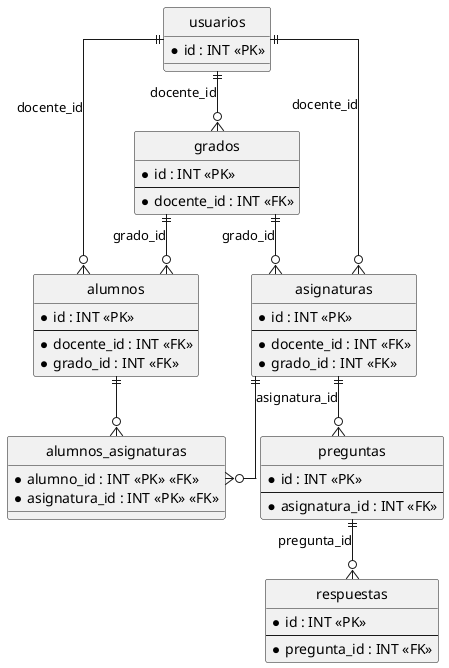
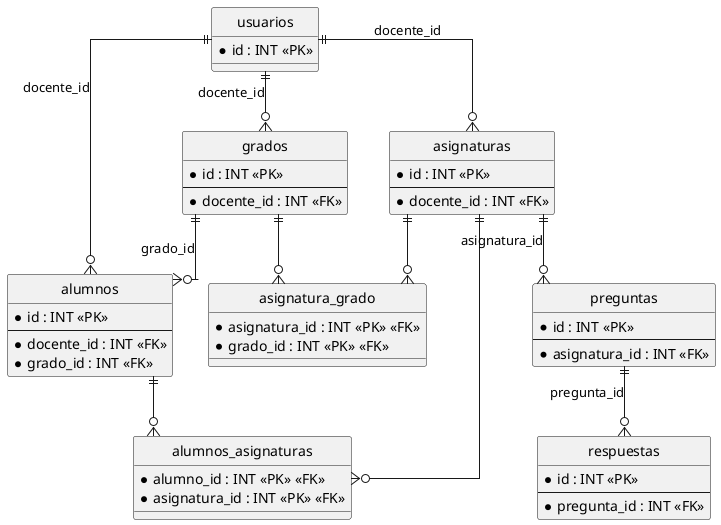
@startuml
' Configuración visual para parecer un diagrama ERD
hide circle
skinparam linetype ortho

entity "usuarios" as usuarios {
  * id : INT <<PK>>
}

entity "grados" as grados {
  * id : INT <<PK>>
  --
  * docente_id : INT <<FK>>
}

entity "alumnos" as alumnos {
  * id : INT <<PK>>
  --
  * docente_id : INT <<FK>>
  * grado_id : INT <<FK>>
}

entity "asignaturas" as asignaturas {
  * id : INT <<PK>>
  --
  * docente_id : INT <<FK>>
-   * grado_id : INT <<FK>>
}

- ' Tabla intermedia para la relación Many-to-Many
+ ' Tabla intermedia para la relación Many-to-Many (Alumnos - Asignaturas)
entity "alumnos_asignaturas" as alumnos_asignaturas {
  * alumno_id : INT <<PK>> <<FK>>
  * asignatura_id : INT <<PK>> <<FK>>
+ }
+ 
+ ' Nueva tabla intermedia para la relación Many-to-Many (Asignaturas - Grados)
+ entity "asignatura_grado" as asignatura_grado {
+   * asignatura_id : INT <<PK>> <<FK>>
+   * grado_id : INT <<PK>> <<FK>>
}

entity "preguntas" as preguntas {
  * id : INT <<PK>>
  --
  * asignatura_id : INT <<FK>>
}

entity "respuestas" as respuestas {
  * id : INT <<PK>>
  --
  * pregunta_id : INT <<FK>>
}

' Relaciones (Cardinalidades)
usuarios ||--o{ grados : "docente_id"
usuarios ||--o{ alumnos : "docente_id"
grados ||--o{ alumnos : "grado_id"

usuarios ||--o{ asignaturas : "docente_id"
- grados ||--o{ asignaturas : "grado_id"

- ' Relación Many-to-Many explicada a través de la tabla intermedia
+ ' Relación Many-to-Many: Alumnos - Asignaturas
alumnos ||--o{ alumnos_asignaturas : ""
asignaturas ||--o{ alumnos_asignaturas : ""
+ 
+ ' Nueva Relación Many-to-Many: Asignaturas - Grados
+ asignaturas ||--o{ asignatura_grado : ""
+ grados ||--o{ asignatura_grado : ""

asignaturas ||--o{ preguntas : "asignatura_id"
preguntas ||--o{ respuestas : "pregunta_id"

@enduml